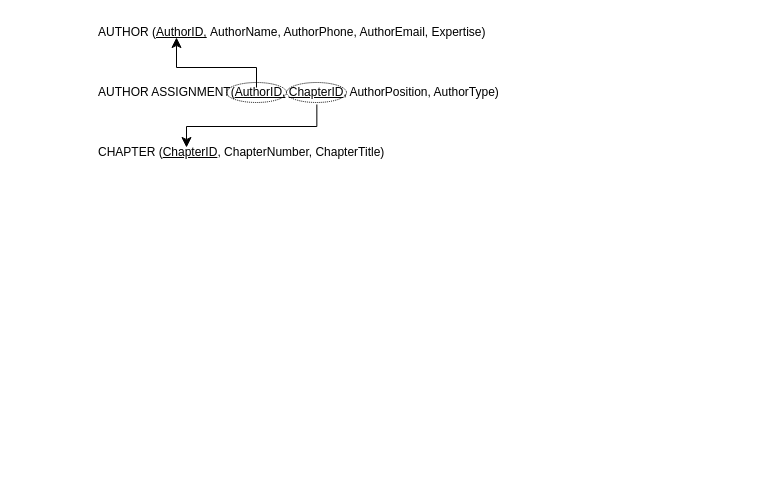
This is Relational_DB_schema.drawio from S0ra1n0/Database_Programming, a draw.io file, before an edit. Source tidied: cells renumbered, new cells numbered last; positions are measured from the earlier drawing's top-left corner, leaving out a move shared by most shapes. Both pictures are drawn from the tidied source at 100%, with x=0, y=0 at pixel (96, 17).
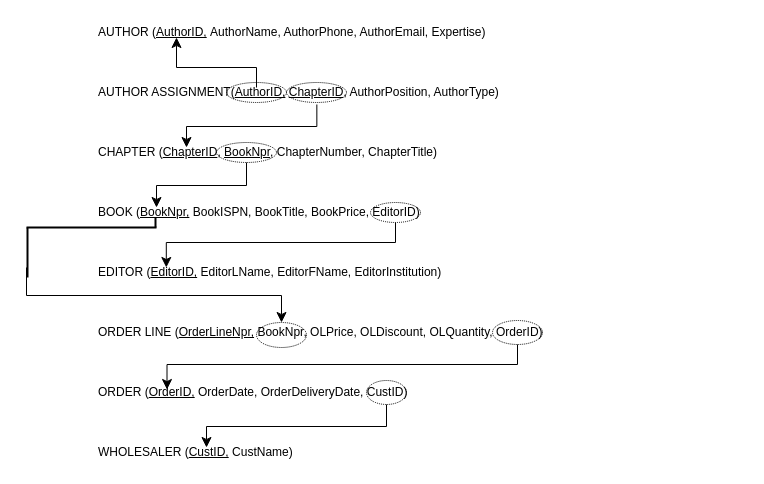
Above is the later version.

Commit message:
Cập nhật Relational_DB_schema.drawio

Diff of the diagram source:
```diff
@@
-    <mxCell id="7" value="CHAPTER (&lt;u&gt;ChapterID&lt;/u&gt;, ChapterNumber, ChapterTitle)" style="text;html=1;whiteSpace=wrap;strokeColor=none;fillColor=none;align=left;verticalAlign=middle;rounded=0;" parent="1" vertex="1">
+    <mxCell id="7" value="CHAPTER (&lt;u&gt;ChapterID&lt;/u&gt;, &lt;u&gt;BookNpr&lt;/u&gt;, ChapterNumber, ChapterTitle)" style="text;html=1;whiteSpace=wrap;strokeColor=none;fillColor=none;align=left;verticalAlign=middle;rounded=0;" parent="1" vertex="1">
       <mxGeometry y="120" width="650" height="30" as="geometry" />
     </mxCell>
@@
+    <mxCell id="9" value="BOOK (&lt;u&gt;BookNpr,&lt;/u&gt;&amp;nbsp;BookISPN, BookTitle, BookPrice, EditorID)" style="text;html=1;whiteSpace=wrap;strokeColor=none;fillColor=none;align=left;verticalAlign=middle;rounded=0;" parent="1" vertex="1">
+      <mxGeometry y="180" width="390" height="30" as="geometry" />
+    </mxCell>
+    <mxCell id="10" style="ellipse;whiteSpace=wrap;html=1;align=center;dashed=1;dashPattern=1 1;fillColor=none;" parent="1" vertex="1">
+      <mxGeometry x="120" y="125" width="60" height="20" as="geometry" />
+    </mxCell>
+    <mxCell id="11" style="ellipse;whiteSpace=wrap;html=1;align=center;dashed=1;dashPattern=1 1;fillColor=none;" parent="1" vertex="1">
+      <mxGeometry x="274" y="185" width="50" height="20" as="geometry" />
+    </mxCell>
+    <mxCell id="12" value="EDITOR (&lt;u&gt;EditorID,&lt;/u&gt;&amp;nbsp;EditorLName, EditorFName, EditorInstitution)" style="text;html=1;whiteSpace=wrap;strokeColor=none;fillColor=none;align=left;verticalAlign=middle;rounded=0;" parent="1" vertex="1">
+      <mxGeometry y="240" width="390" height="30" as="geometry" />
+    </mxCell>
+    <mxCell id="13" style="elbow=vertical;endArrow=classic;html=1;rounded=0;endSize=8;startSize=8;edgeStyle=elbowEdgeStyle;exitX=0.5;exitY=1;exitDx=0;exitDy=0;entryX=0.179;entryY=0.333;entryDx=0;entryDy=0;entryPerimeter=0;" parent="1" edge="1" source="11" target="12">
+      <mxGeometry relative="1" as="geometry">
+        <Array as="points">
+          <mxPoint x="100" y="225" />
+        </Array>
+      </mxGeometry>
+    </mxCell>
+    <mxCell id="14" style="ellipse;whiteSpace=wrap;html=1;align=center;dashed=1;dashPattern=1 1;fillColor=none;" parent="1" vertex="1">
+      <mxGeometry x="160" y="305" width="50" height="25" as="geometry" />
+    </mxCell>
+    <mxCell id="15" value="ORDER LINE (&lt;u&gt;OrderLineNpr,&lt;/u&gt;&amp;nbsp;BookNpr, OLPrice, OLDiscount, OLQuantity, OrderID)" style="text;html=1;whiteSpace=wrap;strokeColor=none;fillColor=none;align=left;verticalAlign=middle;rounded=0;" parent="1" vertex="1">
+      <mxGeometry y="300" width="650" height="30" as="geometry" />
+    </mxCell>
+    <mxCell id="16" style="edgeStyle=elbowEdgeStyle;elbow=vertical;endArrow=classic;html=1;curved=0;rounded=0;endSize=8;startSize=8;exitX=0.5;exitY=1;exitDx=0;exitDy=0;" parent="1" edge="1" source="10">
+      <mxGeometry relative="1" as="geometry">
+        <mxPoint x="60" y="190" as="targetPoint" />
+      </mxGeometry>
+    </mxCell>
+    <mxCell id="17" style="edgeStyle=elbowEdgeStyle;elbow=vertical;endArrow=classic;html=1;curved=0;rounded=0;endSize=8;startSize=8;entryX=0.5;entryY=0;entryDx=0;entryDy=0;" parent="1" edge="1" target="14">
+      <mxGeometry relative="1" as="geometry">
+        <mxPoint x="-70" y="250" as="sourcePoint" />
+      </mxGeometry>
+    </mxCell>
+    <mxCell id="18" style="line;strokeWidth=2;direction=south;html=1;" parent="1" vertex="1">
+      <mxGeometry x="-70" y="210" width="2" height="50" as="geometry" />
+    </mxCell>
+    <mxCell id="19" style="line;strokeWidth=2;html=1;" parent="1" vertex="1">
+      <mxGeometry x="-70" y="205" width="130" height="10" as="geometry" />
+    </mxCell>
+    <mxCell id="20" style="line;strokeWidth=2;direction=south;html=1;" parent="1" vertex="1">
+      <mxGeometry x="58" y="200" width="2" height="10" as="geometry" />
+    </mxCell>
+    <mxCell id="21" value="ORDER (&lt;u&gt;OrderID,&lt;/u&gt;&amp;nbsp;OrderDate, OrderDeliveryDate, CustID)" style="text;html=1;whiteSpace=wrap;strokeColor=none;fillColor=none;align=left;verticalAlign=middle;rounded=0;" parent="1" vertex="1">
+      <mxGeometry y="360" width="650" height="30" as="geometry" />
+    </mxCell>
+    <mxCell id="22" style="ellipse;whiteSpace=wrap;html=1;align=center;dashed=1;dashPattern=1 1;fillColor=none;" parent="1" vertex="1">
+      <mxGeometry x="396" y="303" width="50" height="24" as="geometry" />
+    </mxCell>
+    <mxCell id="23" style="elbow=vertical;endArrow=classic;html=1;rounded=0;endSize=8;startSize=8;edgeStyle=elbowEdgeStyle;exitX=0.5;exitY=1;exitDx=0;exitDy=0;entryX=0.179;entryY=0.333;entryDx=0;entryDy=0;entryPerimeter=0;" parent="1" edge="1" source="22">
+      <mxGeometry relative="1" as="geometry">
+        <mxPoint x="70.5" y="372" as="targetPoint" />
+        <Array as="points">
+          <mxPoint x="100.5" y="347" />
+        </Array>
+      </mxGeometry>
+    </mxCell>
+    <mxCell id="24" value="WHOLESALER (&lt;u&gt;CustID,&lt;/u&gt;&amp;nbsp;CustName)" style="text;html=1;whiteSpace=wrap;strokeColor=none;fillColor=none;align=left;verticalAlign=middle;rounded=0;" parent="1" vertex="1">
+      <mxGeometry y="420" width="650" height="30" as="geometry" />
+    </mxCell>
+    <mxCell id="25" style="ellipse;whiteSpace=wrap;html=1;align=center;dashed=1;dashPattern=1 1;fillColor=none;" parent="1" vertex="1">
+      <mxGeometry x="270" y="363" width="40" height="24" as="geometry" />
+    </mxCell>
+    <mxCell id="26" style="edgeStyle=elbowEdgeStyle;elbow=vertical;endArrow=classic;html=1;curved=0;rounded=0;endSize=8;startSize=8;exitX=0.5;exitY=1;exitDx=0;exitDy=0;" parent="1" edge="1" source="25">
+      <mxGeometry relative="1" as="geometry">
+        <mxPoint x="110" y="430" as="targetPoint" />
+      </mxGeometry>
+    </mxCell>
```
